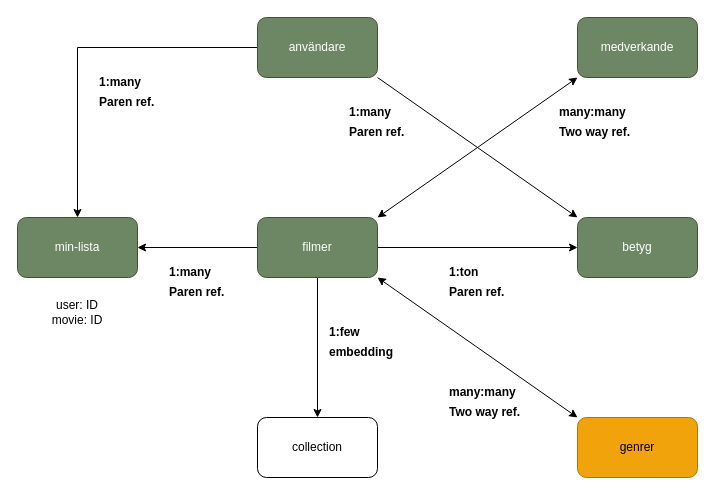
Earlier version of the draw.io diagram data/Namnlöst diagram.drawio (AbbeM/abbeflix). Source tidied: cells renumbered, new cells numbered last; positions are measured from the earlier drawing's top-left corner, leaving out a move shared by most shapes. Both pictures are drawn from the tidied source at 100%, with x=0, y=0 at pixel (17, 17).
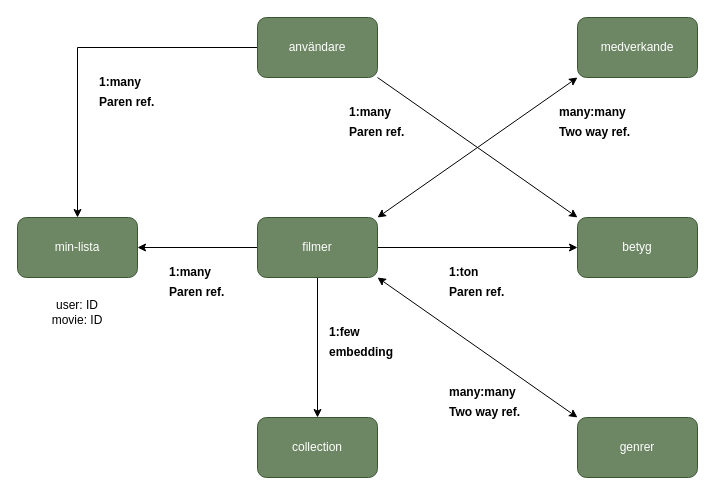
The same page after the edit.

What changed in the source:
```diff
@@
-    <mxCell id="11" value="genrer" style="rounded=1;whiteSpace=wrap;html=1;fillColor=#f0a30a;fontColor=#000000;strokeColor=#BD7000;" parent="1" vertex="1">
+    <mxCell id="11" value="genrer" style="rounded=1;whiteSpace=wrap;html=1;fillColor=#6d8764;fontColor=#ffffff;strokeColor=#3A5431;" parent="1" vertex="1">
       <mxGeometry x="560" y="400" width="120" height="60" as="geometry" />
     </mxCell>
-    <mxCell id="12" value="collection" style="rounded=1;whiteSpace=wrap;html=1;" parent="1" vertex="1">
+    <mxCell id="12" value="collection" style="rounded=1;whiteSpace=wrap;html=1;fillColor=#6d8764;fontColor=#ffffff;strokeColor=#3A5431;" parent="1" vertex="1">
       <mxGeometry x="240" y="400" width="120" height="60" as="geometry" />
     </mxCell>
```
